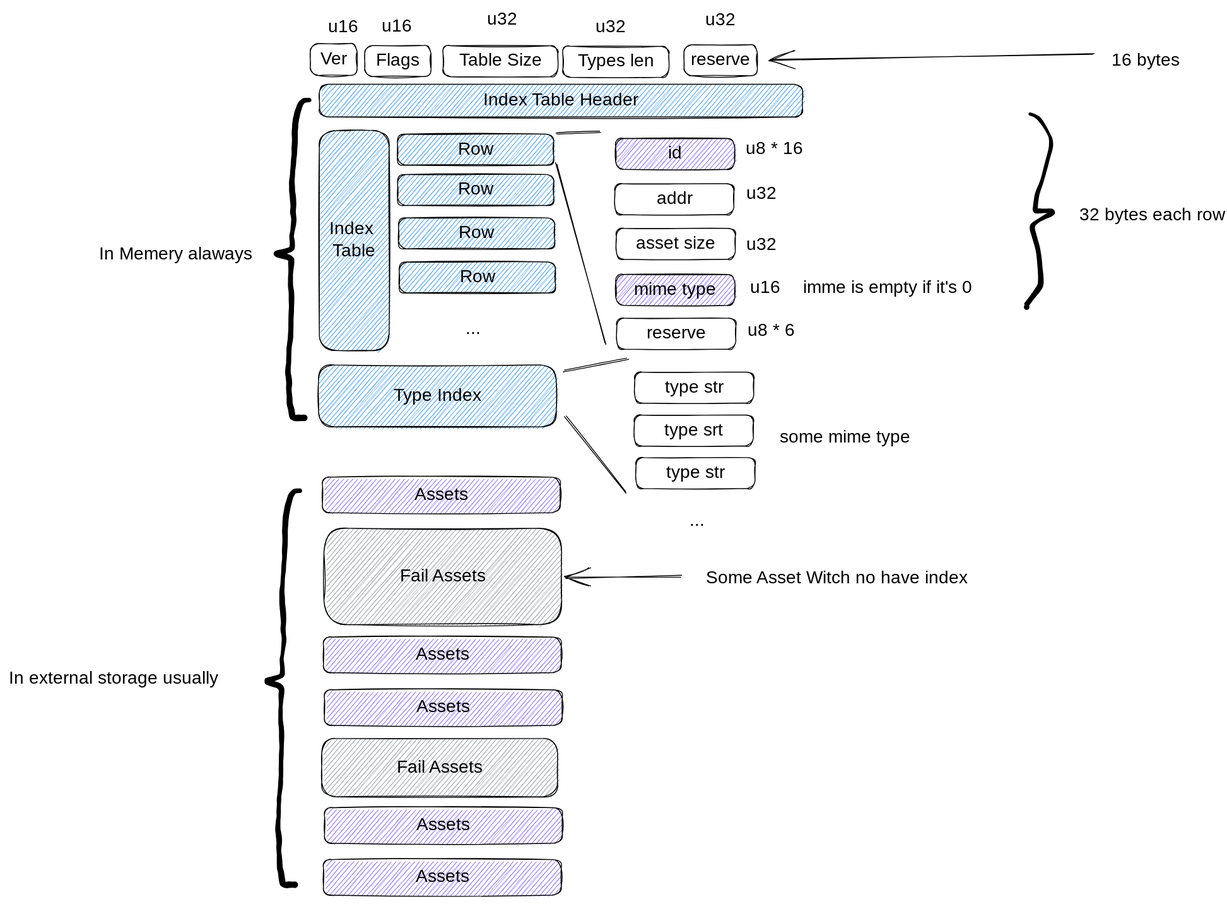
youth95/keybase keeps this Excalidraw diagram as assets/storage_usually.excalidraw.svg. Above is the earlier version. Source tidied: one line per element, renumbered; positions are measured from the earlier drawing's top-left corner, leaving out a move shared by most shapes.
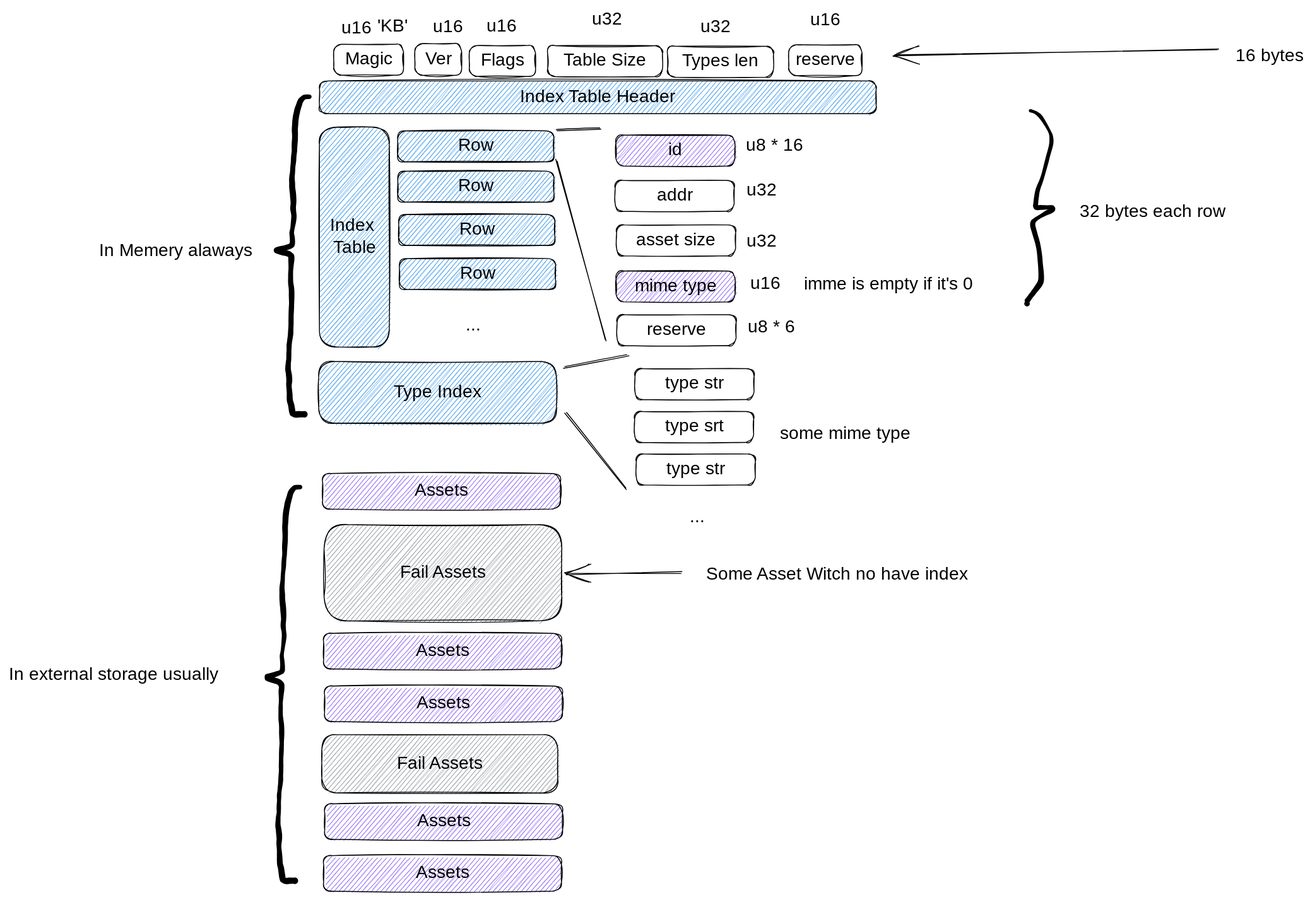
Above is the later version.

What changed in the source:
```diff
@@ -1,14 +1,14 @@
-{"id": 0, "type": "rectangle", "strokeColor": "#000000", "backgroundColor": "#228be6", "fillStyle": "hachure", "strokeWidth": 1, "roughness": 1, "round": true, "x": 352, "y": 85, "width": 547, "height": 37}
+{"id": 0, "type": "rectangle", "strokeColor": "#000000", "backgroundColor": "#228be6", "fillStyle": "hachure", "strokeWidth": 1, "roughness": 1, "round": true, "x": 352, "y": 85, "width": 630, "height": 37}
-{"id": 1, "type": "text", "text": "Index Table Header", "strokeColor": "#000000", "strokeWidth": 1, "roughness": 1, "fontSize": 20, "fontFamily": 1, "textAlign": "center", "verticalAlign": "middle", "inside": 0, "x": 528, "y": 91, "width": 194, "height": 25}
+{"id": 1, "type": "text", "text": "Index Table Header", "strokeColor": "#000000", "strokeWidth": 1, "roughness": 1, "fontSize": 20, "fontFamily": 1, "textAlign": "center", "verticalAlign": "middle", "inside": 0, "x": 570, "y": 91, "width": 194, "height": 25}
-{"id": 2, "type": "rectangle", "strokeColor": "#000000", "strokeWidth": 1, "roughness": 1, "round": true, "x": 341, "y": 39, "width": 53, "height": 36}
+{"id": 2, "type": "rectangle", "strokeColor": "#000000", "strokeWidth": 1, "roughness": 1, "round": true, "x": 460, "y": 43, "width": 53, "height": 36}
-{"id": 3, "type": "text", "text": "Ver", "strokeColor": "#000000", "strokeWidth": 1, "roughness": 1, "fontSize": 20, "fontFamily": 1, "textAlign": "center", "verticalAlign": "middle", "inside": 2, "x": 354, "y": 45, "width": 27, "height": 25}
+{"id": 3, "type": "text", "text": "Ver", "strokeColor": "#000000", "strokeWidth": 1, "roughness": 1, "fontSize": 20, "fontFamily": 1, "textAlign": "center", "verticalAlign": "middle", "inside": 2, "x": 473, "y": 48, "width": 27, "height": 25}
-{"id": 4, "type": "rectangle", "strokeColor": "#000000", "strokeWidth": 1, "roughness": 1, "round": true, "x": 403, "y": 41, "width": 75, "height": 35}
+{"id": 4, "type": "rectangle", "strokeColor": "#000000", "strokeWidth": 1, "roughness": 1, "round": true, "x": 521, "y": 45, "width": 75, "height": 35}
-{"id": 5, "type": "text", "text": "Flags", "strokeColor": "#000000", "strokeWidth": 1, "roughness": 1, "fontSize": 20, "fontFamily": 1, "textAlign": "center", "verticalAlign": "middle", "inside": 4, "x": 418, "y": 46, "width": 45, "height": 25}
+{"id": 5, "type": "text", "text": "Flags", "strokeColor": "#000000", "strokeWidth": 1, "roughness": 1, "fontSize": 20, "fontFamily": 1, "textAlign": "center", "verticalAlign": "middle", "inside": 4, "x": 536, "y": 50, "width": 45, "height": 25}
-{"id": 6, "type": "rectangle", "strokeColor": "#000000", "strokeWidth": 1, "roughness": 1, "round": true, "x": 492, "y": 42, "width": 130, "height": 35}
+{"id": 6, "type": "rectangle", "strokeColor": "#000000", "strokeWidth": 1, "roughness": 1, "round": true, "x": 610, "y": 45, "width": 130, "height": 35}
-{"id": 7, "type": "text", "text": "Table Size", "strokeColor": "#000000", "strokeWidth": 1, "roughness": 1, "fontSize": 20, "fontFamily": 1, "textAlign": "center", "verticalAlign": "middle", "inside": 6, "x": 514, "y": 47, "width": 85, "height": 25}
+{"id": 7, "type": "text", "text": "Table Size", "strokeColor": "#000000", "strokeWidth": 1, "roughness": 1, "fontSize": 20, "fontFamily": 1, "textAlign": "center", "verticalAlign": "middle", "inside": 6, "x": 632, "y": 50, "width": 85, "height": 25}
-{"id": 8, "type": "text", "text": "u16", "strokeColor": "#000000", "strokeWidth": 1, "roughness": 1, "fontSize": 20, "fontFamily": 1, "x": 361, "y": 9, "width": 33, "height": 25}
+{"id": 8, "type": "text", "text": "u16", "strokeColor": "#000000", "strokeWidth": 1, "roughness": 1, "fontSize": 20, "fontFamily": 1, "x": 480, "y": 12, "width": 33, "height": 25}
-{"id": 9, "type": "text", "text": "u16", "strokeColor": "#000000", "strokeWidth": 1, "roughness": 1, "fontSize": 20, "fontFamily": 1, "x": 422, "y": 8, "width": 33, "height": 25}
+{"id": 9, "type": "text", "text": "u16", "strokeColor": "#000000", "strokeWidth": 1, "roughness": 1, "fontSize": 20, "fontFamily": 1, "x": 540, "y": 11, "width": 33, "height": 25}
-{"id": 10, "type": "text", "text": "u32", "strokeColor": "#000000", "strokeWidth": 1, "roughness": 1, "fontSize": 20, "fontFamily": 1, "x": 542, "y": 0, "width": 33, "height": 25}
+{"id": 10, "type": "text", "text": "u32", "strokeColor": "#000000", "strokeWidth": 1, "roughness": 1, "fontSize": 20, "fontFamily": 1, "x": 660, "y": 4, "width": 33, "height": 25}
 {"id": 11, "type": "rectangle", "strokeColor": "#000000", "backgroundColor": "#228be6", "fillStyle": "hachure", "strokeWidth": 1, "roughness": 1, "round": true, "x": 352, "y": 138, "width": 79, "height": 249}
 {"id": 12, "type": "text", "text": "Index \nTable", "strokeColor": "#000000", "strokeWidth": 1, "roughness": 1, "fontSize": 20, "fontFamily": 1, "textAlign": "center", "verticalAlign": "middle", "inside": 11, "x": 365, "y": 237, "width": 52, "height": 50}
 {"id": 13, "type": "rectangle", "strokeColor": "#000000", "backgroundColor": "#228be6", "fillStyle": "hachure", "strokeWidth": 1, "roughness": 1, "round": true, "x": 440, "y": 142, "width": 177, "height": 35}
@@ -70,13 +70,17 @@
 {"id": 69, "type": "text", "text": "reserve", "strokeColor": "#000000", "strokeWidth": 1, "roughness": 1, "fontSize": 20, "fontFamily": 1, "textAlign": "center", "verticalAlign": "middle", "inside": 68, "x": 725, "y": 355, "width": 62, "height": 25}
 {"id": 70, "type": "text", "text": "u8 * 6", "strokeColor": "#000000", "strokeWidth": 1, "roughness": 1, "fontSize": 20, "fontFamily": 1, "x": 836, "y": 352, "width": 51, "height": 25}
 {"id": 71, "type": "freedraw", "strokeColor": "#000000", "strokeWidth": 1, "roughness": 1, "x": 1156, "y": 119, "width": 33, "height": 218, "points": [[0, 0], [9, 4], [19, 18], [24, 31], [21, 46], [17, 61], [13, 78], [8, 89], [6, 101], [5, 110], [16, 109], [24, 109], [26, 111], [22, 114], [5, 123], [2, 127], [2, 127], [5, 138], [8, 150], [10, 163], [11, 174], [12, 182], [12, 189], [11, 194], [6, 202], [-2, 212], [-6, 218], [-6, 218], [-4, 218]]}
-{"id": 72, "type": "text", "text": "32 bytes each row", "strokeColor": "#000000", "strokeWidth": 1, "roughness": 1, "fontSize": 20, "fontFamily": 1, "x": 1212, "y": 222, "width": 157, "height": 25}
+{"id": 72, "type": "text", "text": "32 bytes each row", "strokeColor": "#000000", "strokeWidth": 1, "roughness": 1, "fontSize": 20, "fontFamily": 1, "x": 1212, "y": 221, "width": 186, "height": 25}
-{"id": 73, "type": "arrow", "strokeColor": "#000000", "strokeWidth": 1, "roughness": 1, "endArrowhead": "arrow", "round": true, "to": 76, "x": 1228, "y": 51, "width": 366, "height": 7, "points": [[0, 0], [-366, 7]]}
+{"id": 73, "type": "arrow", "strokeColor": "#000000", "strokeWidth": 1, "roughness": 1, "endArrowhead": "arrow", "round": true, "x": 1369, "y": 50, "width": 366, "height": 7, "points": [[0, 0], [-366, 7]]}
-{"id": 74, "type": "text", "text": "16 bytes", "strokeColor": "#000000", "strokeWidth": 1, "roughness": 1, "fontSize": 20, "fontFamily": 1, "x": 1248, "y": 46, "width": 74, "height": 25}
+{"id": 74, "type": "text", "text": "16 bytes", "strokeColor": "#000000", "strokeWidth": 1, "roughness": 1, "fontSize": 20, "fontFamily": 1, "x": 1389, "y": 45, "width": 74, "height": 25}
 {"id": 75, "type": "text", "text": "imme is empty if it's 0", "strokeColor": "#000000", "strokeWidth": 1, "roughness": 1, "fontSize": 20, "fontFamily": 1, "x": 900, "y": 303, "width": 190, "height": 25}
-{"id": 76, "type": "rectangle", "strokeColor": "#000000", "strokeWidth": 1, "roughness": 1, "round": true, "x": 764, "y": 41, "width": 83, "height": 35}
+{"id": 76, "type": "rectangle", "strokeColor": "#000000", "strokeWidth": 1, "roughness": 1, "round": true, "x": 883, "y": 44, "width": 83, "height": 35}
-{"id": 77, "type": "text", "text": "reserve", "strokeColor": "#000000", "strokeWidth": 1, "roughness": 1, "fontSize": 20, "fontFamily": 1, "textAlign": "center", "verticalAlign": "middle", "inside": 76, "x": 775, "y": 46, "width": 62, "height": 25}
+{"id": 77, "type": "text", "text": "reserve", "strokeColor": "#000000", "strokeWidth": 1, "roughness": 1, "fontSize": 20, "fontFamily": 1, "textAlign": "center", "verticalAlign": "middle", "inside": 76, "x": 893, "y": 49, "width": 62, "height": 25}
-{"id": 78, "type": "text", "text": "u32", "strokeColor": "#000000", "strokeWidth": 1, "roughness": 1, "fontSize": 20, "fontFamily": 1, "x": 789, "y": 1, "width": 39, "height": 25}
+{"id": 78, "type": "text", "text": "u16", "strokeColor": "#000000", "strokeWidth": 1, "roughness": 1, "fontSize": 20, "fontFamily": 1, "x": 907, "y": 4, "width": 29, "height": 25}
-{"id": 79, "type": "rectangle", "strokeColor": "#000000", "strokeWidth": 1, "roughness": 1, "round": true, "x": 627, "y": 42, "width": 120, "height": 35}
+{"id": 79, "type": "rectangle", "strokeColor": "#000000", "strokeWidth": 1, "roughness": 1, "round": true, "x": 745, "y": 46, "width": 120, "height": 35}
-{"id": 80, "type": "text", "text": "Types len", "strokeColor": "#000000", "strokeWidth": 1, "roughness": 1, "fontSize": 20, "fontFamily": 1, "textAlign": "center", "verticalAlign": "middle", "inside": 79, "x": 641, "y": 47, "width": 92, "height": 25}
+{"id": 80, "type": "text", "text": "Types len", "strokeColor": "#000000", "strokeWidth": 1, "roughness": 1, "fontSize": 20, "fontFamily": 1, "textAlign": "center", "verticalAlign": "middle", "inside": 79, "x": 759, "y": 51, "width": 92, "height": 25}
-{"id": 81, "type": "text", "text": "u32", "strokeColor": "#000000", "strokeWidth": 1, "roughness": 1, "fontSize": 20, "fontFamily": 1, "x": 664, "y": 8, "width": 39, "height": 25}
+{"id": 81, "type": "text", "text": "u32", "strokeColor": "#000000", "strokeWidth": 1, "roughness": 1, "fontSize": 20, "fontFamily": 1, "x": 782, "y": 12, "width": 39, "height": 25}
+{"id": 82, "type": "rectangle", "strokeColor": "#000000", "strokeWidth": 1, "roughness": 1, "round": true, "x": 368, "y": 44, "width": 79, "height": 35}
+{"id": 83, "type": "text", "text": "Magic", "strokeColor": "#000000", "strokeWidth": 1, "roughness": 1, "fontSize": 20, "fontFamily": 1, "textAlign": "center", "verticalAlign": "middle", "inside": 82, "x": 381, "y": 49, "width": 52, "height": 25}
+{"id": 84, "type": "text", "text": "'KB'", "strokeColor": "#000000", "strokeWidth": 1, "roughness": 1, "fontSize": 20, "fontFamily": 1, "x": 417, "y": 12, "width": 37, "height": 25}
+{"id": 85, "type": "text", "text": "u16", "strokeColor": "#000000", "strokeWidth": 1, "roughness": 1, "fontSize": 20, "fontFamily": 1, "x": 377, "y": 14, "width": 29, "height": 25}
```
